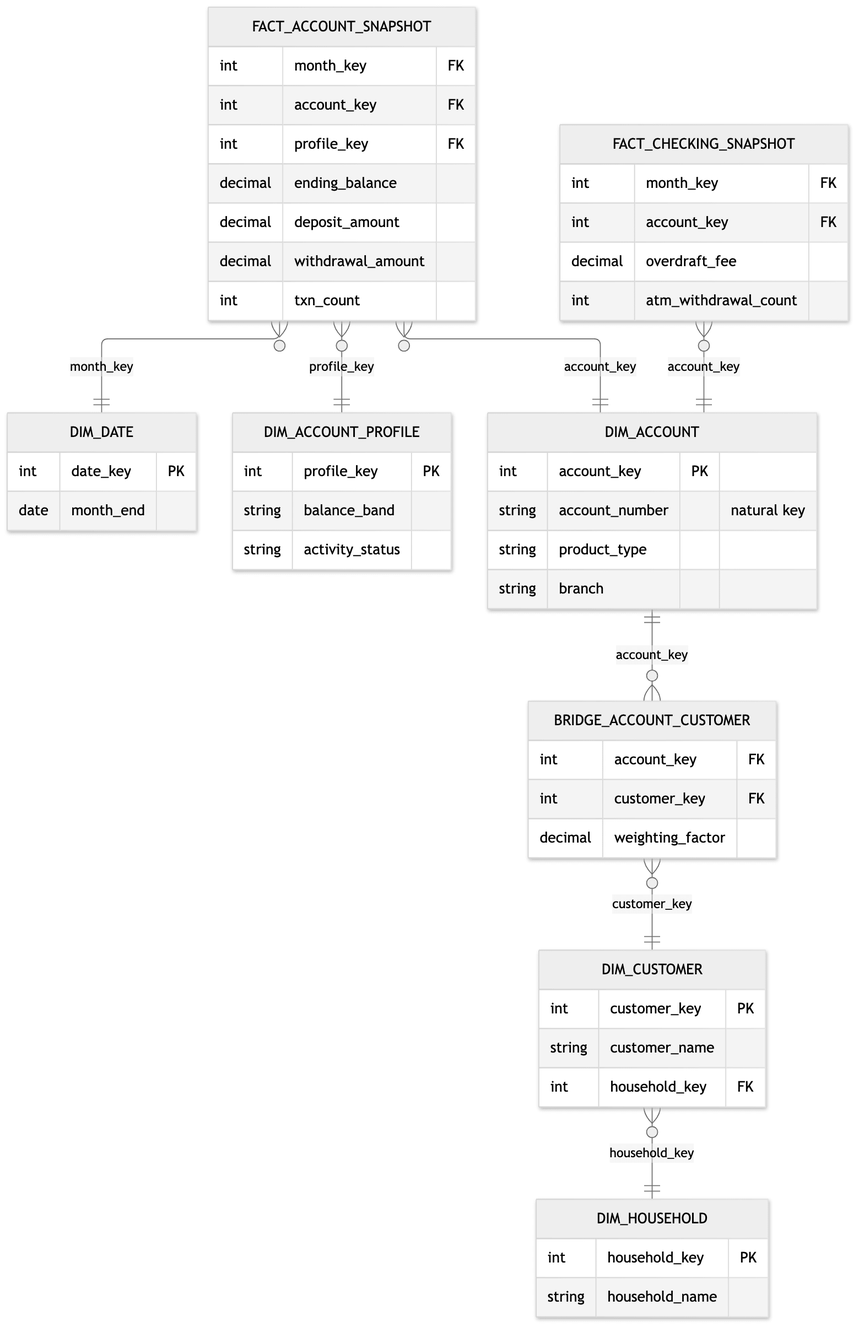
The Mermaid diagram public/assets/data-warehouse-toolkit/ch10-bank-star.png in surfalytics/dataengineer_ru, before a commit. Its source is kept beside it as scripts/kimball-diagrams/src/ch10-bank-star.mmd. Source of this version:
```mermaid
erDiagram
  FACT_ACCOUNT_SNAPSHOT }o--|| DIM_ACCOUNT : "account_key"
  FACT_ACCOUNT_SNAPSHOT }o--|| DIM_ACCOUNT_PROFILE : "profile_key"
  FACT_ACCOUNT_SNAPSHOT }o--|| DIM_DATE : "month_key"
  FACT_CHECKING_SNAPSHOT }o--|| DIM_ACCOUNT : "account_key"
  DIM_ACCOUNT ||--o{ BRIDGE_ACCOUNT_CUSTOMER : "account_key"
  BRIDGE_ACCOUNT_CUSTOMER }o--|| DIM_CUSTOMER : "customer_key"
  DIM_CUSTOMER }o--|| DIM_HOUSEHOLD : "household_key"
  FACT_ACCOUNT_SNAPSHOT {
    int month_key FK
    int account_key FK
    int profile_key FK
    decimal ending_balance
    decimal deposit_amount
    decimal withdrawal_amount
    int txn_count
  }
  FACT_CHECKING_SNAPSHOT {
    int month_key FK
    int account_key FK
    decimal overdraft_fee
    int atm_withdrawal_count
  }
  DIM_ACCOUNT {
    int account_key PK
    string account_number "natural key"
    string product_type
    string branch
  }
  DIM_ACCOUNT_PROFILE {
    int profile_key PK
    string balance_band
    string activity_status
  }
  BRIDGE_ACCOUNT_CUSTOMER {
    int account_key FK
    int customer_key FK
    decimal weighting_factor
  }
  DIM_CUSTOMER {
    int customer_key PK
    string customer_name
    int household_key FK
  }
  DIM_HOUSEHOLD {
    int household_key PK
    string household_name
  }
  DIM_DATE {
    int date_key PK
    date month_end
  }
```
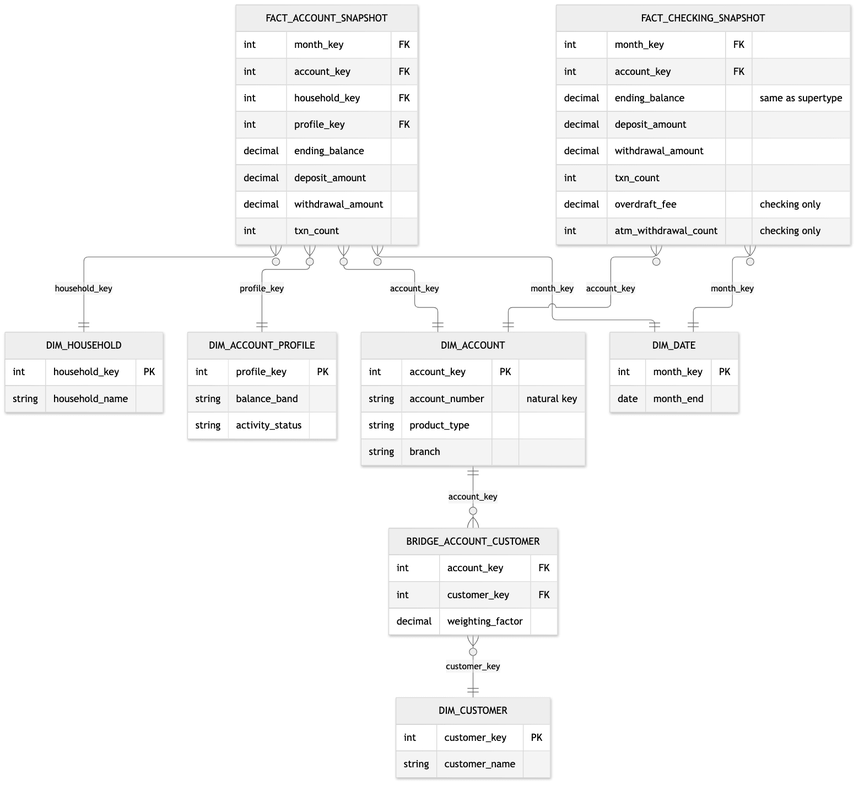
The same file after the commit.

What changed in the source:
```diff
@@ -1,14 +1,16 @@
 erDiagram
   FACT_ACCOUNT_SNAPSHOT }o--|| DIM_ACCOUNT : "account_key"
   FACT_ACCOUNT_SNAPSHOT }o--|| DIM_ACCOUNT_PROFILE : "profile_key"
+  FACT_ACCOUNT_SNAPSHOT }o--|| DIM_HOUSEHOLD : "household_key"
   FACT_ACCOUNT_SNAPSHOT }o--|| DIM_DATE : "month_key"
   FACT_CHECKING_SNAPSHOT }o--|| DIM_ACCOUNT : "account_key"
+  FACT_CHECKING_SNAPSHOT }o--|| DIM_DATE : "month_key"
   DIM_ACCOUNT ||--o{ BRIDGE_ACCOUNT_CUSTOMER : "account_key"
   BRIDGE_ACCOUNT_CUSTOMER }o--|| DIM_CUSTOMER : "customer_key"
-  DIM_CUSTOMER }o--|| DIM_HOUSEHOLD : "household_key"
   FACT_ACCOUNT_SNAPSHOT {
     int month_key FK
     int account_key FK
+    int household_key FK
     int profile_key FK
     decimal ending_balance
     decimal deposit_amount
@@ -18,8 +20,12 @@
   FACT_CHECKING_SNAPSHOT {
     int month_key FK
     int account_key FK
-    decimal overdraft_fee
-    int atm_withdrawal_count
+    decimal ending_balance "same as supertype"
+    decimal deposit_amount
+    decimal withdrawal_amount
+    int txn_count
+    decimal overdraft_fee "checking only"
+    int atm_withdrawal_count "checking only"
   }
   DIM_ACCOUNT {
     int account_key PK
@@ -40,13 +46,12 @@
   DIM_CUSTOMER {
     int customer_key PK
     string customer_name
-    int household_key FK
   }
   DIM_HOUSEHOLD {
     int household_key PK
     string household_name
   }
   DIM_DATE {
-    int date_key PK
+    int month_key PK
     date month_end
   }
```
